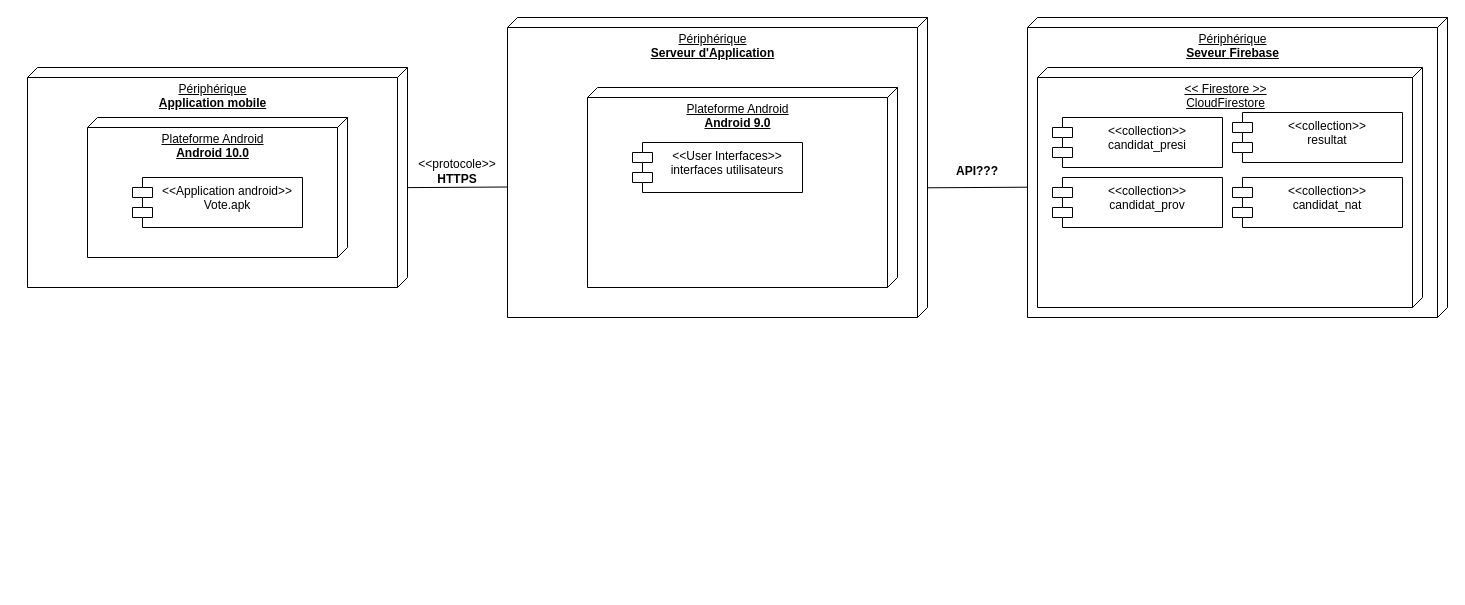
The draw.io diagram Modélisation et diagramme/deploy diag.drawio in Josback04/MON_TFC, before the edit. Source tidied: cells renumbered, new cells numbered last; positions are measured from the earlier drawing's top-left corner, leaving out a move shared by most shapes. Both pictures are drawn from the tidied source at 100%, with x=0, y=0 at pixel (27, 17).
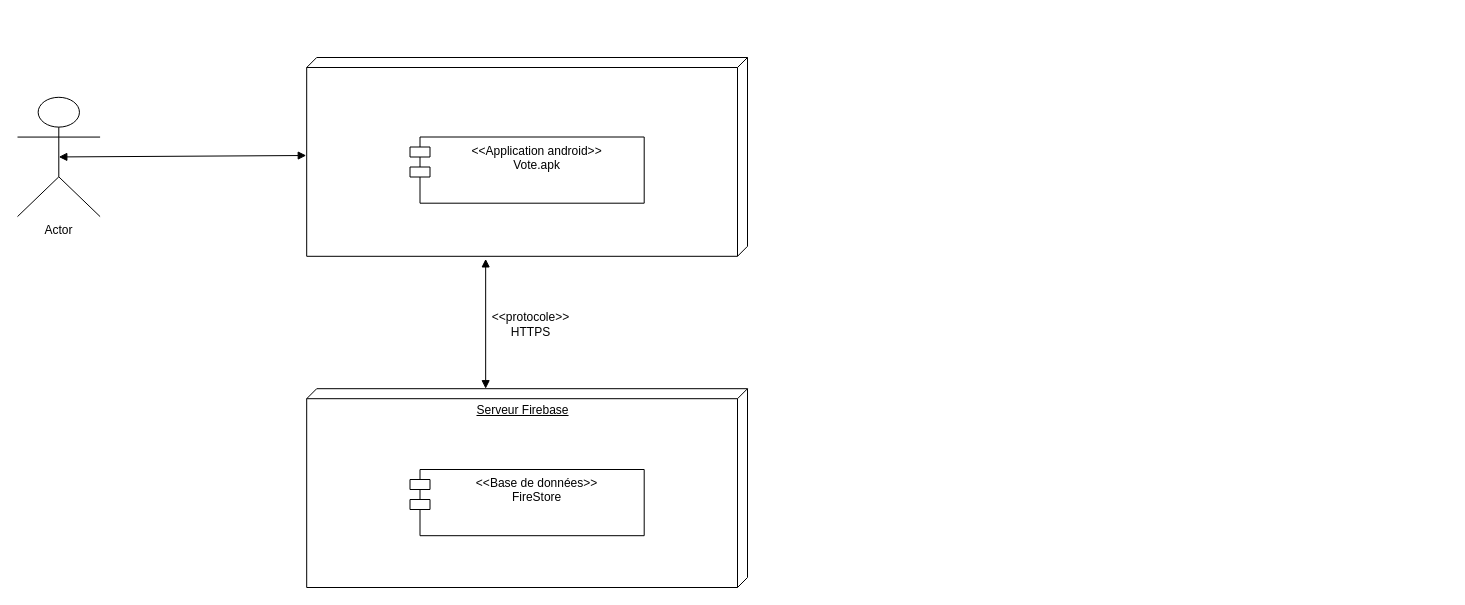
Above is the later version.

The edit, as a diff of the source:
```diff
@@
-    <mxCell id="2" value="Périphérique&lt;br&gt;&lt;b&gt;Serveur d'Application&lt;/b&gt;" style="verticalAlign=top;align=center;spacingTop=8;spacingLeft=2;spacingRight=12;shape=cube;size=10;direction=south;fontStyle=4;html=1;rounded=1;glass=0;" parent="1" vertex="1">
-      <mxGeometry x="480" width="420" height="300" as="geometry" />
-    </mxCell>
-    <mxCell id="3" value="Plateforme Android&lt;br&gt;&lt;b&gt;Android 9.0&lt;/b&gt;" style="verticalAlign=top;align=center;spacingTop=8;spacingLeft=2;spacingRight=12;shape=cube;size=10;direction=south;fontStyle=4;html=1;rounded=1;glass=0;" parent="1" vertex="1">
-      <mxGeometry x="560" y="70" width="310" height="200" as="geometry" />
-    </mxCell>
-    <mxCell id="4" value="&lt;&lt;User Interfaces&gt;&gt;&#10;interfaces utilisateurs&#10;" style="shape=module;align=left;spacingLeft=20;align=center;verticalAlign=top;rounded=1;glass=0;fontStyle=0;" parent="1" vertex="1">
-      <mxGeometry x="605" y="125" width="170" height="50" as="geometry" />
-    </mxCell>
+    <mxCell id="21" style="group;" parent="1" vertex="1">
+      <mxGeometry x="-10" y="40" width="730" height="530" as="geometry" />
+    </mxCell>
-    <mxCell id="5" style="group;" parent="1" vertex="1">
-      <mxGeometry y="50" width="380" height="220" as="geometry" />
+    <mxCell id="5" style="group;" parent="21" vertex="1">
+      <mxGeometry x="289.2" width="440.8" height="198.8" as="geometry" />
     </mxCell>
-    <mxCell id="6" value="Périphérique&lt;br&gt;&lt;b&gt;Application mobile&lt;/b&gt;" style="verticalAlign=top;align=center;spacingTop=8;spacingLeft=2;spacingRight=12;shape=cube;size=10;direction=south;fontStyle=4;html=1;rounded=1;glass=0;" parent="5" vertex="1">
-      <mxGeometry width="380" height="220" as="geometry" />
+    <mxCell id="6" style="verticalAlign=top;align=center;spacingTop=8;spacingLeft=2;spacingRight=12;shape=cube;size=10;direction=south;fontStyle=4;html=1;rounded=1;glass=0;" parent="5" vertex="1">
+      <mxGeometry width="440.8" height="198.8" as="geometry" />
     </mxCell>
-    <mxCell id="7" value="Plateforme Android&lt;br&gt;&lt;b&gt;Android 10.0&lt;/b&gt;" style="verticalAlign=top;align=center;spacingTop=8;spacingLeft=2;spacingRight=12;shape=cube;size=10;direction=south;fontStyle=4;html=1;rounded=1;glass=0;" parent="5" vertex="1">
-      <mxGeometry x="60" y="50" width="260" height="140" as="geometry" />
-    </mxCell>
     <mxCell id="8" value="&lt;&lt;Application android&gt;&gt;&#10;Vote.apk&#10;" style="shape=module;align=left;spacingLeft=20;align=center;verticalAlign=top;rounded=1;glass=0;fontStyle=0;" parent="5" vertex="1">
-      <mxGeometry x="105" y="110" width="170" height="50" as="geometry" />
+      <mxGeometry x="103.3" y="79.5" width="234.2" height="66.2" as="geometry" />
     </mxCell>
-    <mxCell id="9" style="endArrow=none;html=1;strokeColor=#000000;exitX=0.546;exitY=-0.001;exitDx=0;exitDy=0;exitPerimeter=0;entryX=0.565;entryY=0.999;entryDx=0;entryDy=0;entryPerimeter=0;" parent="1" edge="1" source="6" target="2">
-      <mxGeometry relative="1" as="geometry" />
-    </mxCell>
+    <mxCell id="22" value="Actor" style="shape=umlActor;verticalLabelPosition=bottom;verticalAlign=top;html=1;outlineConnect=0;" parent="21" vertex="1">
+      <mxGeometry y="39.8" width="82.6" height="119.3" as="geometry" />
+    </mxCell>
+    <mxCell id="23" style="group;" parent="21" vertex="1">
+      <mxGeometry x="289.2" y="331.2" width="440.8" height="198.8" as="geometry" />
+    </mxCell>
+    <mxCell id="24" value="Serveur Firebase" style="verticalAlign=top;align=center;spacingTop=8;spacingLeft=2;spacingRight=12;shape=cube;size=10;direction=south;fontStyle=4;html=1;rounded=1;glass=0;" parent="23" vertex="1">
+      <mxGeometry width="440.8" height="198.8" as="geometry" />
+    </mxCell>
+    <mxCell id="25" value="&lt;&lt;Base de données&gt;&gt;&#10;FireStore" style="shape=module;align=left;spacingLeft=20;align=center;verticalAlign=top;rounded=1;glass=0;fontStyle=0;" parent="23" vertex="1">
+      <mxGeometry x="103.3" y="80.8" width="234.2" height="66.2" as="geometry" />
+    </mxCell>
+    <mxCell id="26" style="endArrow=block;html=1;entryX=1.013;entryY=0.594;entryDx=0;entryDy=0;entryPerimeter=0;exitX=0;exitY=0.594;exitDx=0;exitDy=0;exitPerimeter=0;startArrow=block;startFill=1;endFill=1;" parent="21" edge="1" source="24" target="6">
+      <mxGeometry relative="1" as="geometry" />
+    </mxCell>
+    <mxCell id="27" style="endArrow=block;html=1;entryX=0.493;entryY=1.001;entryDx=0;entryDy=0;entryPerimeter=0;exitX=0.5;exitY=0.5;exitDx=0;exitDy=0;exitPerimeter=0;startArrow=block;startFill=1;endFill=1;" parent="21" edge="1" source="22" target="6">
+      <mxGeometry relative="1" as="geometry" />
+    </mxCell>
-    <mxCell id="10" value="&amp;lt;&amp;lt;protocole&amp;gt;&amp;gt;&lt;br&gt;&lt;div&gt;&lt;span&gt;&lt;b&gt;HTTPS&lt;/b&gt;&lt;/span&gt;&lt;/div&gt;" style="text;html=1;strokeColor=none;fillColor=none;align=center;verticalAlign=middle;whiteSpace=wrap;rounded=0;glass=0;" parent="1" vertex="1">
-      <mxGeometry x="410" y="144" width="40" height="20" as="geometry" />
+    <mxCell id="10" value="&amp;lt;&amp;lt;protocole&amp;gt;&amp;gt;&lt;br&gt;HTTPS" style="text;html=1;align=center;verticalAlign=middle;" parent="21" vertex="1">
+      <mxGeometry x="468.3" y="251.8" width="90" height="30" as="geometry" />
     </mxCell>
-    <mxCell id="11" style="group;" parent="1" vertex="1">
-      <mxGeometry x="1000" width="420" height="300" as="geometry" />
-    </mxCell>
-    <mxCell id="12" value="Périphérique&lt;br&gt;&lt;b&gt;Seveur&amp;nbsp;&lt;/b&gt;&lt;b&gt;Firebase&lt;/b&gt;" style="verticalAlign=top;align=center;spacingTop=8;spacingLeft=2;spacingRight=12;shape=cube;size=10;direction=south;fontStyle=4;html=1;rounded=1;glass=0;" parent="11" vertex="1">
-      <mxGeometry width="420" height="300" as="geometry" />
-    </mxCell>
-    <mxCell id="13" style="group;" parent="11" vertex="1">
-      <mxGeometry x="10" y="50" width="385" height="240" as="geometry" />
-    </mxCell>
-    <mxCell id="14" value="&amp;lt;&amp;lt; Firestore &amp;gt;&amp;gt;&lt;br&gt;CloudFirestore&lt;br&gt;" style="verticalAlign=top;align=center;spacingTop=8;spacingLeft=2;spacingRight=12;shape=cube;size=10;direction=south;fontStyle=4;html=1;rounded=1;glass=0;" parent="13" vertex="1">
-      <mxGeometry width="385" height="240" as="geometry" />
-    </mxCell>
-    <mxCell id="15" value="&lt;&lt;collection&gt;&gt;&#10;candidat_presi&#10;" style="shape=module;align=left;spacingLeft=20;align=center;verticalAlign=top;rounded=1;glass=0;fontStyle=0;" parent="13" vertex="1">
-      <mxGeometry x="15" y="50" width="170" height="50" as="geometry" />
-    </mxCell>
-    <mxCell id="16" value="&lt;&lt;collection&gt;&gt;&#10;candidat_prov&#10;" style="shape=module;align=left;spacingLeft=20;align=center;verticalAlign=top;rounded=1;glass=0;fontStyle=0;" parent="13" vertex="1">
-      <mxGeometry x="15" y="110" width="170" height="50" as="geometry" />
-    </mxCell>
-    <mxCell id="17" value="&lt;&lt;collection&gt;&gt;&#10;candidat_nat&#10;" style="shape=module;align=left;spacingLeft=20;align=center;verticalAlign=top;rounded=1;glass=0;fontStyle=0;" parent="13" vertex="1">
-      <mxGeometry x="195" y="110" width="170" height="50" as="geometry" />
-    </mxCell>
-    <mxCell id="18" value="&lt;&lt;collection&gt;&gt;&#10;resultat" style="shape=module;align=left;spacingLeft=20;align=center;verticalAlign=top;rounded=1;glass=0;fontStyle=0;" parent="13" vertex="1">
-      <mxGeometry x="195" y="45" width="170" height="50" as="geometry" />
-    </mxCell>
-    <mxCell id="19" style="endArrow=none;html=1;strokeColor=#000000;exitX=0.546;exitY=-0.001;exitDx=0;exitDy=0;exitPerimeter=0;entryX=0.565;entryY=0.999;entryDx=0;entryDy=0;entryPerimeter=0;" parent="1" edge="1">
-      <mxGeometry relative="1" as="geometry">
-        <mxPoint x="900" y="170.3" as="sourcePoint" />
-        <mxPoint x="1000" y="169.7" as="targetPoint" />
-      </mxGeometry>
-    </mxCell>
-    <mxCell id="20" value="API???" style="text;html=1;strokeColor=none;fillColor=none;align=center;verticalAlign=middle;whiteSpace=wrap;rounded=0;glass=0;fontStyle=1;" parent="1" vertex="1">
-      <mxGeometry x="930" y="144" width="40" height="20" as="geometry" />
-    </mxCell>
```
